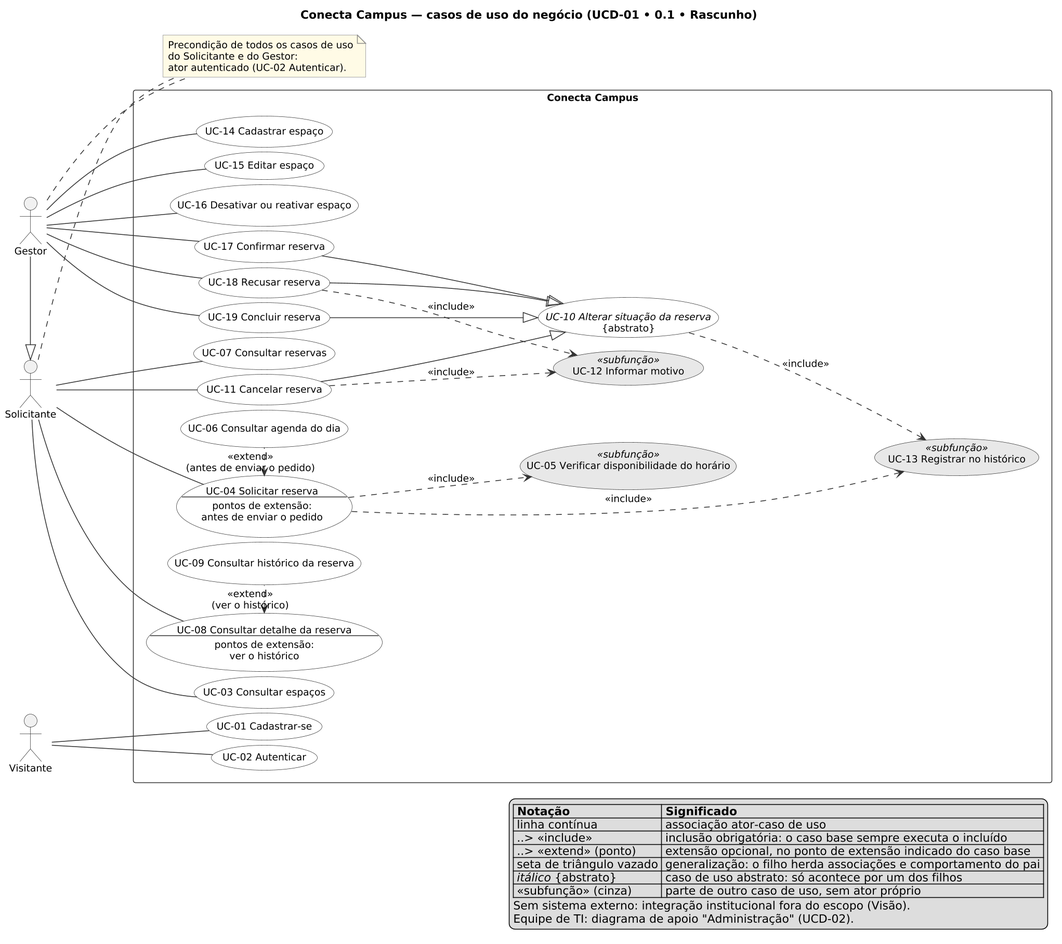
Earlier version of the PlantUML export docs/fontes/requisitos/casos-de-uso/diagrama-casos-de-uso.png (maxzdosreis/PP_Grupo03_ConectaCampus). Its diagram source:
```plantuml
@startuml diagrama-casos-de-uso

left to right direction
skinparam dpi 150
skinparam shadowing false
skinparam nodesep 6
skinparam ranksep 110
skinparam defaultFontSize 12
skinparam ArrowColor #333333
skinparam ActorBorderColor #333333
skinparam RectangleBorderColor #333333
skinparam NoteBorderColor #888888
skinparam NoteBackgroundColor #FFFBE6
skinparam usecase {
  BackgroundColor #FFFFFF
  BorderColor #333333
  BackgroundColor<<subfunção>> #E8E8E8
}

title Conecta Campus — casos de uso do negócio (UCD-01 • 0.1 • Rascunho)

actor Gestor
actor Solicitante
actor Visitante
Gestor -|> Solicitante

rectangle "Conecta Campus" {
  usecase "UC-03 Consultar espaços" as UC03
  usecase "UC-04 Solicitar reserva\n--\npontos de extensão:\nantes de enviar o pedido" as UC04
  usecase "UC-05 Verificar disponibilidade do horário" as UC05 <<subfunção>>
  usecase "UC-06 Consultar agenda do dia" as UC06
  usecase "UC-07 Consultar reservas" as UC07
  usecase "UC-08 Consultar detalhe da reserva\n--\npontos de extensão:\nver o histórico" as UC08
  usecase "UC-09 Consultar histórico da reserva" as UC09
  usecase "//UC-10 Alterar situação da reserva//\n{abstrato}" as UC10
  usecase "UC-11 Cancelar reserva" as UC11
  usecase "UC-12 Informar motivo" as UC12 <<subfunção>>
  usecase "UC-13 Registrar no histórico" as UC13 <<subfunção>>

  usecase "UC-14 Cadastrar espaço" as UC14
  usecase "UC-15 Editar espaço" as UC15
  usecase "UC-16 Desativar ou reativar espaço" as UC16
  usecase "UC-17 Confirmar reserva" as UC17
  usecase "UC-18 Recusar reserva" as UC18
  usecase "UC-19 Concluir reserva" as UC19

  usecase "UC-01 Cadastrar-se" as UC01
  usecase "UC-02 Autenticar" as UC02
}

Visitante -- UC01
Visitante -- UC02

Solicitante -- UC03
Solicitante -- UC04
Solicitante -- UC07
Solicitante -- UC08
Solicitante -- UC11

Gestor -- UC14
Gestor -- UC15
Gestor -- UC16
Gestor -- UC17
Gestor -- UC18
Gestor -- UC19

UC04 ..> UC05 : <<include>>
UC04 ...> UC13 : <<include>>
UC10 ..> UC13 : <<include>>
UC11 ..> UC12 : <<include>>
UC18 ..> UC12 : <<include>>

UC04 <. UC06 : <<extend>>\n(antes de enviar o pedido)
UC08 <. UC09 : <<extend>>\n(ver o histórico)


UC11 --|> UC10
UC17 --|> UC10
UC18 --|> UC10
UC19 --|> UC10

note "Precondição de todos os casos de uso\ndo Solicitante e do Gestor:\nator autenticado (UC-02 Autenticar)." as PRECONDICAO
Solicitante .. PRECONDICAO
Gestor .. PRECONDICAO

legend right
  |= Notação |= Significado |
  | linha contínua | associação ator-caso de uso |
  | ..> <<include>> | inclusão obrigatória: o caso base sempre executa o incluído |
  | ..> <<extend>> (ponto) | extensão opcional, no ponto de extensão indicado do caso base |
  | seta de triângulo vazado | generalização: o filho herda associações e comportamento do pai |
  | //itálico// {abstrato} | caso de uso abstrato: só acontece por um dos filhos |
  | <<subfunção>> (cinza) | parte de outro caso de uso, sem ator próprio |
  Sem sistema externo: integração institucional fora do escopo (Visão).
  Equipe de TI: diagrama de apoio "Administração" (UCD-02).
endlegend

@enduml
```
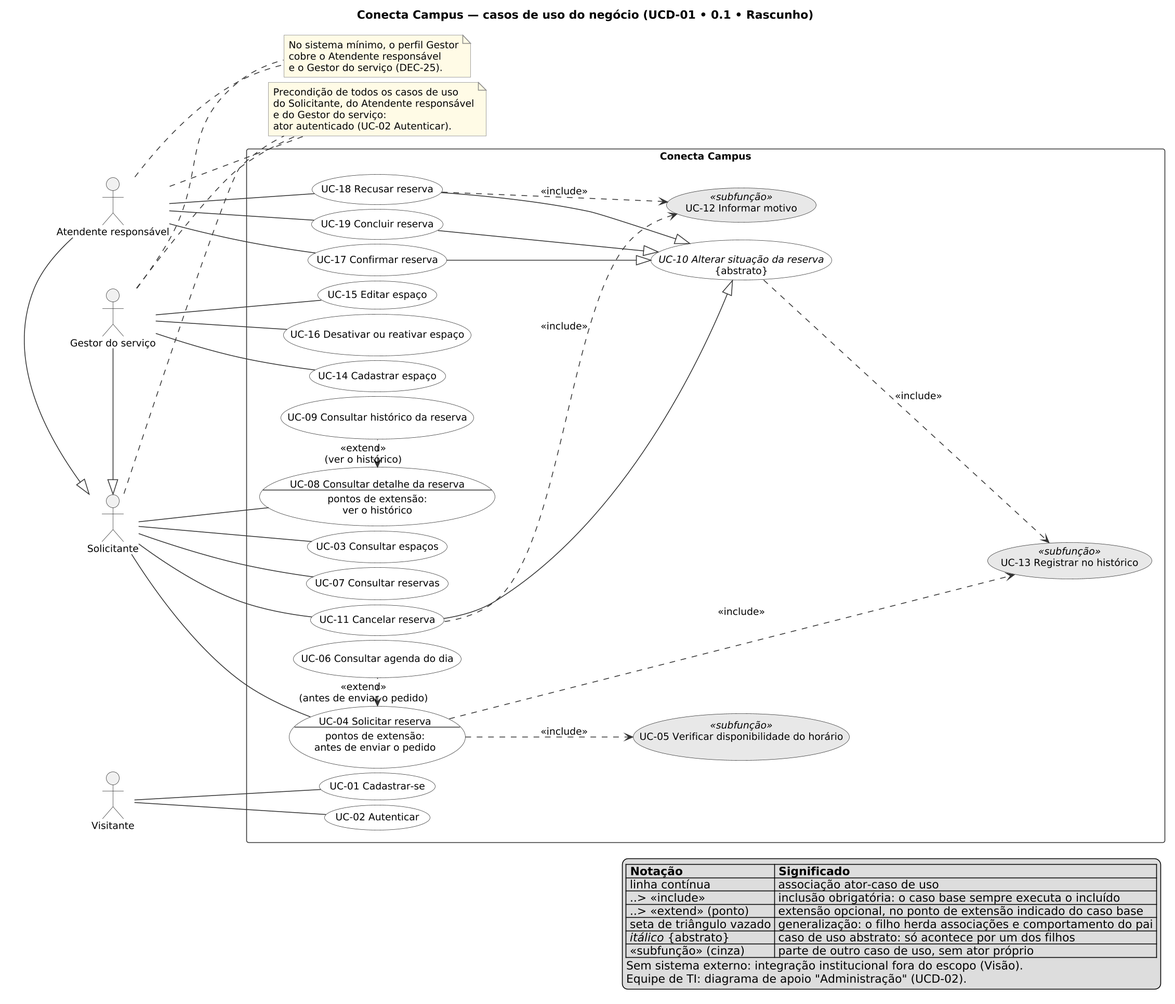
After the commit.

The edit, as a diff of the source:
```diff
@@ -19,10 +19,12 @@
 
 title Conecta Campus — casos de uso do negócio (UCD-01 • 0.1 • Rascunho)
 
-actor Gestor
+actor "Gestor do serviço" as GestorDoServico
+actor "Atendente responsável" as Atendente
 actor Solicitante
 actor Visitante
-Gestor -|> Solicitante
+Atendente -|> Solicitante
+GestorDoServico -|> Solicitante
 
 rectangle "Conecta Campus" {
   usecase "UC-03 Consultar espaços" as UC03
@@ -57,12 +59,12 @@
 Solicitante -- UC08
 Solicitante -- UC11
 
-Gestor -- UC14
-Gestor -- UC15
-Gestor -- UC16
-Gestor -- UC17
-Gestor -- UC18
-Gestor -- UC19
+GestorDoServico -- UC14
+GestorDoServico -- UC15
+GestorDoServico -- UC16
+Atendente -- UC17
+Atendente -- UC18
+Atendente -- UC19
 
 UC04 ..> UC05 : <<include>>
 UC04 ...> UC13 : <<include>>
@@ -79,9 +81,14 @@
 UC18 --|> UC10
 UC19 --|> UC10
 
-note "Precondição de todos os casos de uso\ndo Solicitante e do Gestor:\nator autenticado (UC-02 Autenticar)." as PRECONDICAO
+note "Precondição de todos os casos de uso\ndo Solicitante, do Atendente responsável\ne do Gestor do serviço:\nator autenticado (UC-02 Autenticar)." as PRECONDICAO
 Solicitante .. PRECONDICAO
-Gestor .. PRECONDICAO
+Atendente .. PRECONDICAO
+GestorDoServico .. PRECONDICAO
+
+note "No sistema mínimo, o perfil Gestor\ncobre o Atendente responsável\ne o Gestor do serviço (DEC-25)." as PERFILUNICO
+Atendente .. PERFILUNICO
+GestorDoServico .. PERFILUNICO
 
 legend right
   |= Notação |= Significado |
```
